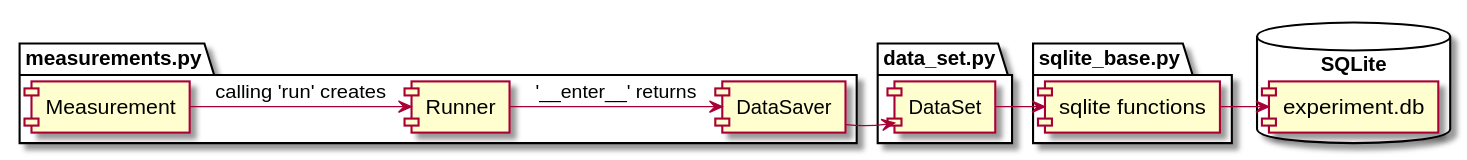
The PlantUML diagram docs/dataset/figures/datasetdiagram.svg in microsoft/Qcodes, before a commit. Its diagram source:
```plantuml
@startuml

package "measurements.py" {
    [DataSaver]
    [Runner]
    [Measurement]
}
package "data_set.py" {
    [DataSet]
}
package "sqlite_base.py" {
    [sqlite functions]
}
database "SQLite" {
    [experiment.db]
}

[Measurement] -> [Runner] : calling 'run' creates
[Runner] -> [DataSaver] : '~__enter__' returns
[DataSaver] -> [DataSet]
[DataSet] -> [sqlite functions]
[sqlite functions] -> [experiment.db]

@enduml
```
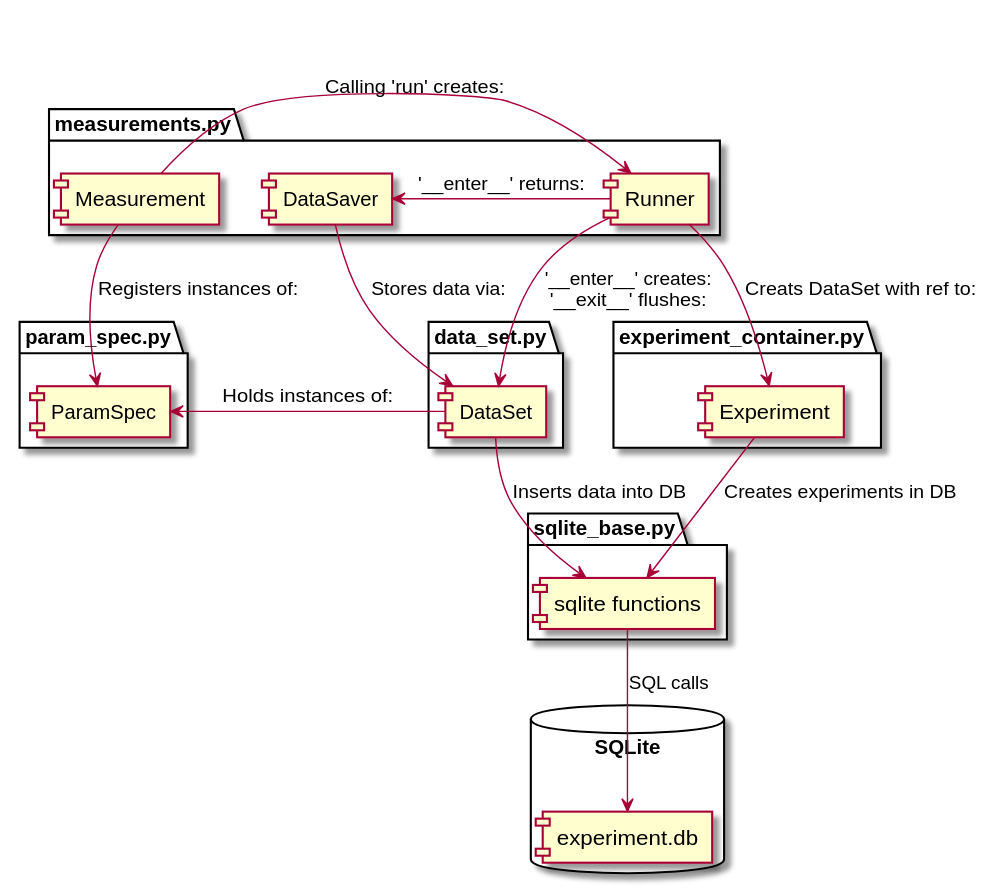
The same diagram one commit later.

Commit message:
update dataset diagram

Diff of the diagram source:
```diff
@@ -11,14 +11,29 @@
 package "sqlite_base.py" {
     [sqlite functions]
 }
+
+package "experiment_container.py" {
+    [Experiment]
+}
+
+package "param_spec.py" {
+    [ParamSpec]
+}
+
 database "SQLite" {
     [experiment.db]
 }
 
-[Measurement] -> [Runner] : calling 'run' creates
-[Runner] -> [DataSaver] : '~__enter__' returns
-[DataSaver] -> [DataSet]
-[DataSet] -> [sqlite functions]
-[sqlite functions] -> [experiment.db]
+[Measurement] -> [Runner] : Calling 'run' creates:
+[Measurement] --> [ParamSpec] : Registers instances of:
+[Runner] --> [DataSet] : '~__enter~__' creates:\n'~__exit~__' flushes:
+[Runner] -> [DataSaver] : '~__enter__' returns:
+[Runner] --> [Experiment] : Creats DataSet with ref to:
+[DataSaver] --> [DataSet] : Stores data via:
+[DataSet] -> [ParamSpec] : Holds instances of:
+[DataSet] --> [sqlite functions] : Inserts data into DB
+[Experiment] --> [sqlite functions] : Creates experiments in DB
+[sqlite functions] --> [experiment.db] : SQL calls
+
 
 @enduml
```
